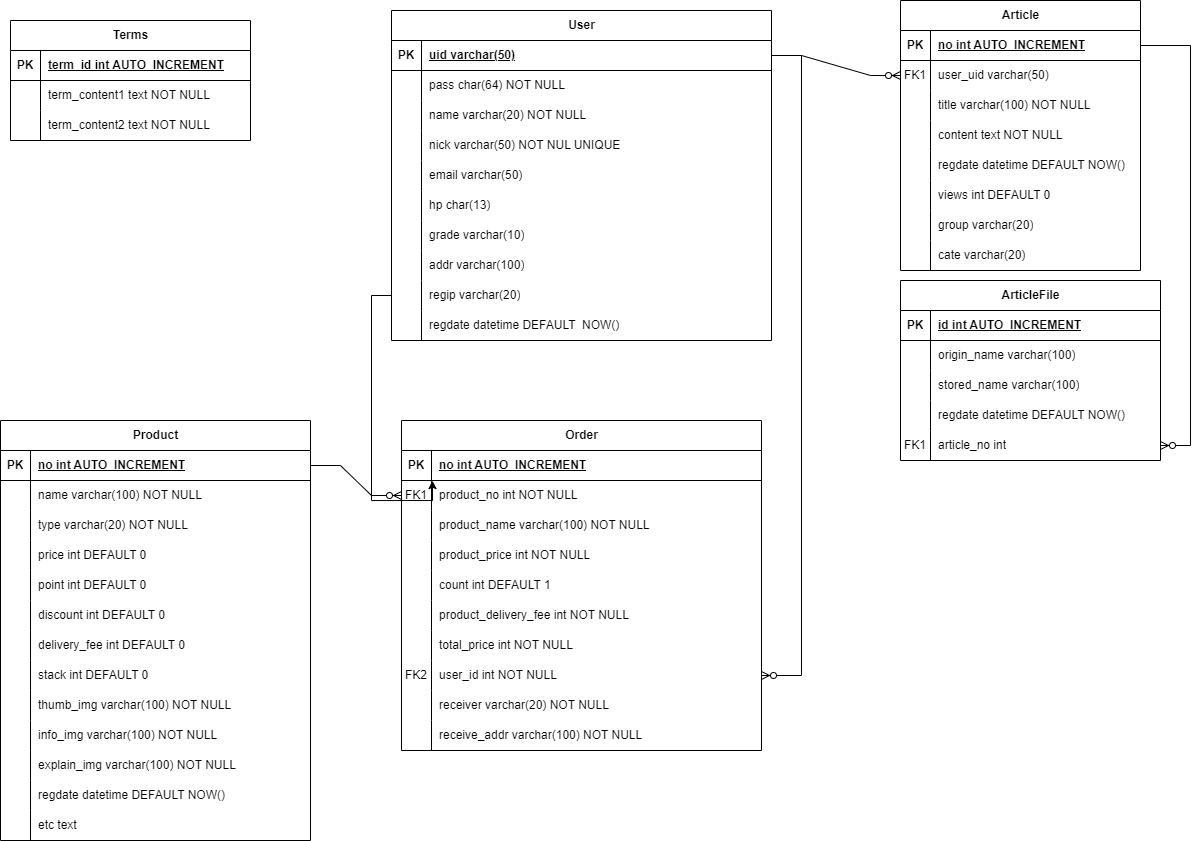
This is Farmstory_JSP/docs/FarmStory.drawio.png from Dangi90/team5, a draw.io export, as it was before one commit. Source tidied: cells renumbered, new cells last; positions are measured from the earlier drawing's top-left corner, leaving out a move shared by most shapes.
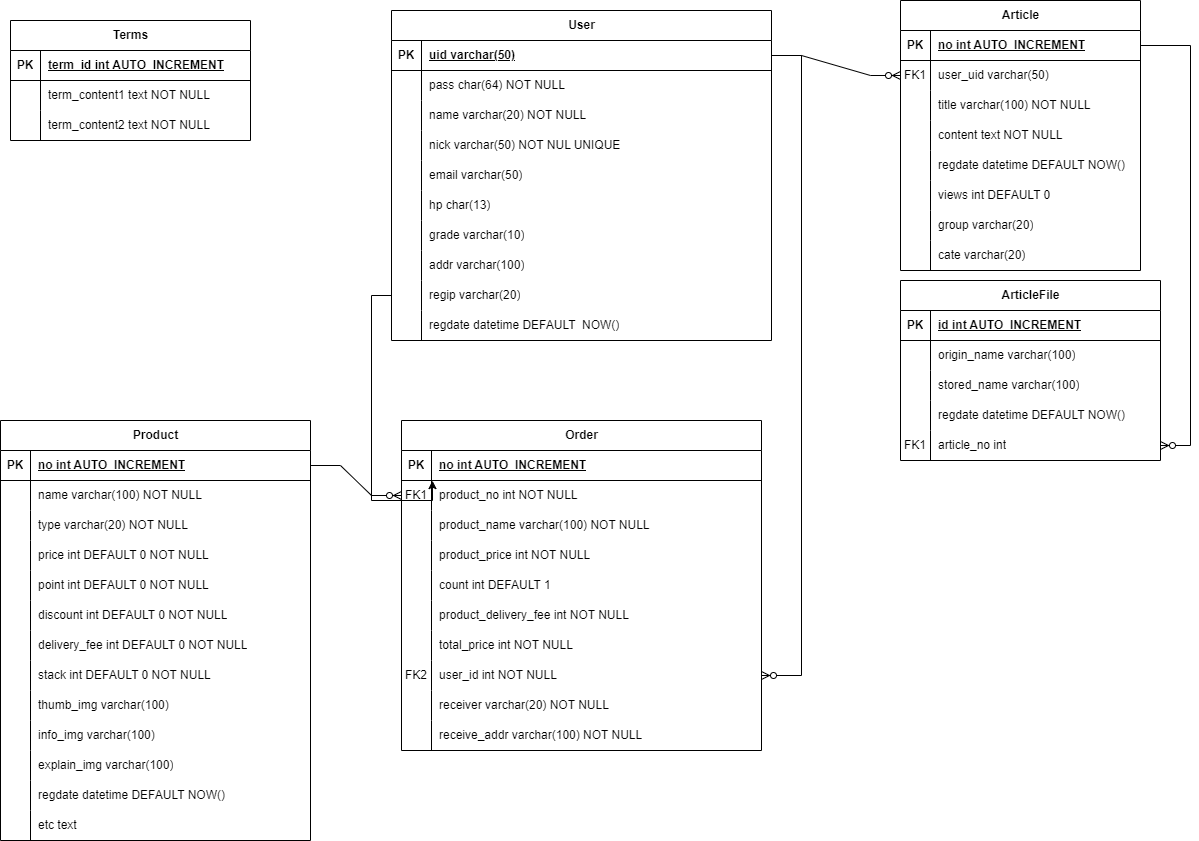
After the change.

Change to the diagram source:
```diff
@@ -236,7 +236,7 @@
     <mxCell id="79" style="shape=partialRectangle;fillColor=none;top=0;left=0;bottom=0;right=0;overflow=hidden;whiteSpace=wrap;html=1;" parent="78" vertex="1">
       <mxGeometry width="30" height="30" as="geometry" />
     </mxCell>
-    <mxCell id="80" value="price int DEFAULT 0" style="shape=partialRectangle;fillColor=none;top=0;left=0;bottom=0;right=0;align=left;spacingLeft=6;overflow=hidden;whiteSpace=wrap;html=1;" parent="78" vertex="1">
+    <mxCell id="80" value="price int DEFAULT 0 NOT NULL" style="shape=partialRectangle;fillColor=none;top=0;left=0;bottom=0;right=0;align=left;spacingLeft=6;overflow=hidden;whiteSpace=wrap;html=1;" parent="78" vertex="1">
       <mxGeometry x="30" width="280" height="30" as="geometry" />
     </mxCell>
     <mxCell id="81" style="shape=tableRow;horizontal=0;startSize=0;swimlaneHead=0;swimlaneBody=0;fillColor=none;top=0;left=0;right=0;bottom=0;" parent="68" vertex="1">
@@ -245,7 +245,7 @@
     <mxCell id="82" style="shape=partialRectangle;fillColor=none;top=0;left=0;bottom=0;right=0;overflow=hidden;whiteSpace=wrap;html=1;" parent="81" vertex="1">
       <mxGeometry width="30" height="30" as="geometry" />
     </mxCell>
-    <mxCell id="83" value="point int DEFAULT 0" style="shape=partialRectangle;fillColor=none;top=0;left=0;bottom=0;right=0;align=left;spacingLeft=6;overflow=hidden;whiteSpace=wrap;html=1;" parent="81" vertex="1">
+    <mxCell id="83" value="point int DEFAULT 0 NOT NULL" style="shape=partialRectangle;fillColor=none;top=0;left=0;bottom=0;right=0;align=left;spacingLeft=6;overflow=hidden;whiteSpace=wrap;html=1;" parent="81" vertex="1">
       <mxGeometry x="30" width="280" height="30" as="geometry" />
     </mxCell>
     <mxCell id="84" style="shape=tableRow;horizontal=0;startSize=0;swimlaneHead=0;swimlaneBody=0;fillColor=none;top=0;left=0;right=0;bottom=0;" parent="68" vertex="1">
@@ -254,7 +254,7 @@
     <mxCell id="85" style="shape=partialRectangle;fillColor=none;top=0;left=0;bottom=0;right=0;overflow=hidden;whiteSpace=wrap;html=1;" parent="84" vertex="1">
       <mxGeometry width="30" height="30" as="geometry" />
     </mxCell>
-    <mxCell id="86" value="discount int DEFAULT 0" style="shape=partialRectangle;fillColor=none;top=0;left=0;bottom=0;right=0;align=left;spacingLeft=6;overflow=hidden;whiteSpace=wrap;html=1;" parent="84" vertex="1">
+    <mxCell id="86" value="discount int DEFAULT 0 NOT NULL" style="shape=partialRectangle;fillColor=none;top=0;left=0;bottom=0;right=0;align=left;spacingLeft=6;overflow=hidden;whiteSpace=wrap;html=1;" parent="84" vertex="1">
       <mxGeometry x="30" width="280" height="30" as="geometry" />
     </mxCell>
     <mxCell id="87" style="shape=tableRow;horizontal=0;startSize=0;swimlaneHead=0;swimlaneBody=0;fillColor=none;top=0;left=0;right=0;bottom=0;" parent="68" vertex="1">
@@ -263,7 +263,7 @@
     <mxCell id="88" style="shape=partialRectangle;fillColor=none;top=0;left=0;bottom=0;right=0;overflow=hidden;whiteSpace=wrap;html=1;" parent="87" vertex="1">
       <mxGeometry width="30" height="30" as="geometry" />
     </mxCell>
-    <mxCell id="89" value="delivery_fee int DEFAULT 0" style="shape=partialRectangle;fillColor=none;top=0;left=0;bottom=0;right=0;align=left;spacingLeft=6;overflow=hidden;whiteSpace=wrap;html=1;" parent="87" vertex="1">
+    <mxCell id="89" value="delivery_fee int DEFAULT 0 NOT NULL" style="shape=partialRectangle;fillColor=none;top=0;left=0;bottom=0;right=0;align=left;spacingLeft=6;overflow=hidden;whiteSpace=wrap;html=1;" parent="87" vertex="1">
       <mxGeometry x="30" width="280" height="30" as="geometry" />
     </mxCell>
     <mxCell id="90" style="shape=tableRow;horizontal=0;startSize=0;swimlaneHead=0;swimlaneBody=0;fillColor=none;top=0;left=0;right=0;bottom=0;" parent="68" vertex="1">
@@ -272,7 +272,7 @@
     <mxCell id="91" style="shape=partialRectangle;fillColor=none;top=0;left=0;bottom=0;right=0;overflow=hidden;whiteSpace=wrap;html=1;" parent="90" vertex="1">
       <mxGeometry width="30" height="30" as="geometry" />
     </mxCell>
-    <mxCell id="92" value="stack int DEFAULT 0" style="shape=partialRectangle;fillColor=none;top=0;left=0;bottom=0;right=0;align=left;spacingLeft=6;overflow=hidden;whiteSpace=wrap;html=1;" parent="90" vertex="1">
+    <mxCell id="92" value="stack int DEFAULT 0 NOT NULL" style="shape=partialRectangle;fillColor=none;top=0;left=0;bottom=0;right=0;align=left;spacingLeft=6;overflow=hidden;whiteSpace=wrap;html=1;" parent="90" vertex="1">
       <mxGeometry x="30" width="280" height="30" as="geometry" />
     </mxCell>
     <mxCell id="93" style="shape=tableRow;horizontal=0;startSize=0;swimlaneHead=0;swimlaneBody=0;fillColor=none;top=0;left=0;right=0;bottom=0;" parent="68" vertex="1">
@@ -281,7 +281,7 @@
     <mxCell id="94" style="shape=partialRectangle;fillColor=none;top=0;left=0;bottom=0;right=0;overflow=hidden;whiteSpace=wrap;html=1;" parent="93" vertex="1">
       <mxGeometry width="30" height="30" as="geometry" />
     </mxCell>
-    <mxCell id="95" value="thumb_img varchar(100) NOT NULL" style="shape=partialRectangle;fillColor=none;top=0;left=0;bottom=0;right=0;align=left;spacingLeft=6;overflow=hidden;whiteSpace=wrap;html=1;" parent="93" vertex="1">
+    <mxCell id="95" value="thumb_img varchar(100)" style="shape=partialRectangle;fillColor=none;top=0;left=0;bottom=0;right=0;align=left;spacingLeft=6;overflow=hidden;whiteSpace=wrap;html=1;" parent="93" vertex="1">
       <mxGeometry x="30" width="280" height="30" as="geometry" />
     </mxCell>
     <mxCell id="96" style="shape=tableRow;horizontal=0;startSize=0;swimlaneHead=0;swimlaneBody=0;fillColor=none;top=0;left=0;right=0;bottom=0;" parent="68" vertex="1">
@@ -290,7 +290,7 @@
     <mxCell id="97" style="shape=partialRectangle;fillColor=none;top=0;left=0;bottom=0;right=0;overflow=hidden;whiteSpace=wrap;html=1;" parent="96" vertex="1">
       <mxGeometry width="30" height="30" as="geometry" />
     </mxCell>
-    <mxCell id="98" value="info_img varchar(100) NOT NULL" style="shape=partialRectangle;fillColor=none;top=0;left=0;bottom=0;right=0;align=left;spacingLeft=6;overflow=hidden;whiteSpace=wrap;html=1;" parent="96" vertex="1">
+    <mxCell id="98" value="info_img varchar(100)" style="shape=partialRectangle;fillColor=none;top=0;left=0;bottom=0;right=0;align=left;spacingLeft=6;overflow=hidden;whiteSpace=wrap;html=1;" parent="96" vertex="1">
       <mxGeometry x="30" width="280" height="30" as="geometry" />
     </mxCell>
     <mxCell id="99" style="shape=tableRow;horizontal=0;startSize=0;swimlaneHead=0;swimlaneBody=0;fillColor=none;top=0;left=0;right=0;bottom=0;" parent="68" vertex="1">
@@ -299,7 +299,7 @@
     <mxCell id="100" style="shape=partialRectangle;fillColor=none;top=0;left=0;bottom=0;right=0;overflow=hidden;whiteSpace=wrap;html=1;" parent="99" vertex="1">
       <mxGeometry width="30" height="30" as="geometry" />
     </mxCell>
-    <mxCell id="101" value="explain_img varchar(100) NOT NULL" style="shape=partialRectangle;fillColor=none;top=0;left=0;bottom=0;right=0;align=left;spacingLeft=6;overflow=hidden;whiteSpace=wrap;html=1;" parent="99" vertex="1">
+    <mxCell id="101" value="explain_img varchar(100)" style="shape=partialRectangle;fillColor=none;top=0;left=0;bottom=0;right=0;align=left;spacingLeft=6;overflow=hidden;whiteSpace=wrap;html=1;" parent="99" vertex="1">
       <mxGeometry x="30" width="280" height="30" as="geometry" />
     </mxCell>
     <mxCell id="102" style="shape=tableRow;horizontal=0;startSize=0;swimlaneHead=0;swimlaneBody=0;fillColor=none;top=0;left=0;right=0;bottom=0;" parent="68" vertex="1">
```
